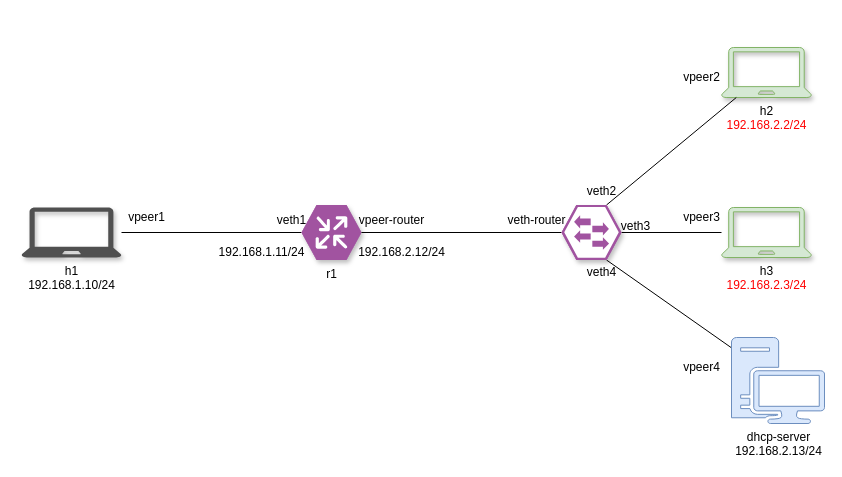
This is TP1/Namespaces dhcp-server.drawio from NehemiasMercau/RedesDeComputadoras, a draw.io file, before an edit. Source tidied: cells renumbered, new cells numbered last; positions are measured from the earlier drawing's top-left corner, leaving out a move shared by most shapes. Both pictures are drawn from the tidied source at 100%, with x=0, y=0 at pixel (21, 47).
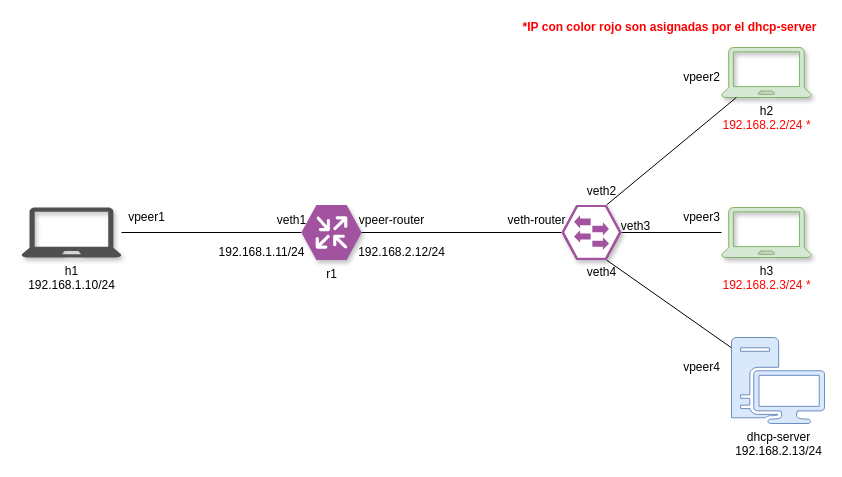
The same diagram, later.

Diff of the diagram source:
```diff
@@
-    <mxCell id="4" value="h3&lt;br&gt;&lt;font color=&quot;#ff0000&quot;&gt;192.168.2.3/24&lt;/font&gt;" style="shadow=1;dashed=0;html=1;strokeColor=#82b366;fillColor=#d5e8d4;labelPosition=center;verticalLabelPosition=bottom;verticalAlign=top;outlineConnect=0;align=center;shape=mxgraph.office.devices.laptop;sketch=0;" parent="1" vertex="1">
+    <mxCell id="4" value="h3&lt;br&gt;&lt;font color=&quot;#ff0000&quot;&gt;192.168.2.3/24 *&lt;/font&gt;" style="shadow=1;dashed=0;html=1;strokeColor=#82b366;fillColor=#d5e8d4;labelPosition=center;verticalLabelPosition=bottom;verticalAlign=top;outlineConnect=0;align=center;shape=mxgraph.office.devices.laptop;sketch=0;" parent="1" vertex="1">
       <mxGeometry x="700" y="160" width="90" height="50" as="geometry" />
     </mxCell>
-    <mxCell id="5" value="h2&lt;br&gt;&lt;font color=&quot;#ff0000&quot;&gt;192.168.2.2/24&lt;/font&gt;" style="shadow=1;dashed=0;html=1;strokeColor=#82b366;fillColor=#d5e8d4;labelPosition=center;verticalLabelPosition=bottom;verticalAlign=top;outlineConnect=0;align=center;shape=mxgraph.office.devices.laptop;" parent="1" vertex="1">
+    <mxCell id="5" value="h2&lt;br&gt;&lt;font color=&quot;#ff0000&quot;&gt;192.168.2.2/24 *&lt;br&gt;&lt;/font&gt;" style="shadow=1;dashed=0;html=1;strokeColor=#82b366;fillColor=#d5e8d4;labelPosition=center;verticalLabelPosition=bottom;verticalAlign=top;outlineConnect=0;align=center;shape=mxgraph.office.devices.laptop;" parent="1" vertex="1">
       <mxGeometry x="700" width="90" height="50" as="geometry" />
     </mxCell>
@@
+    <mxCell id="25" value="&lt;font color=&quot;#ff0000&quot;&gt;&lt;b&gt;*IP con color rojo son asignadas por el dhcp-server&lt;/b&gt;&lt;/font&gt;" style="text;html=1;align=center;verticalAlign=middle;" parent="1" vertex="1">
+      <mxGeometry x="493" y="-30" width="310" height="20" as="geometry" />
+    </mxCell>
```
